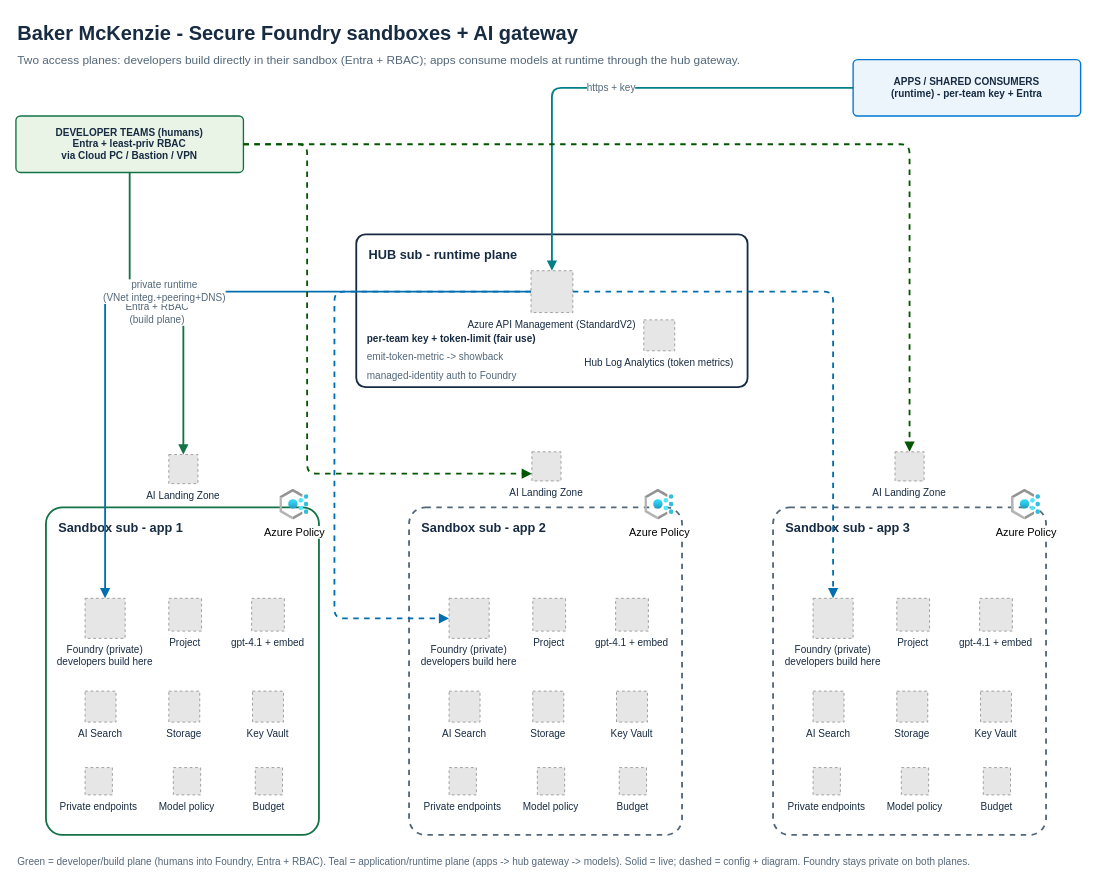
Earlier version of the draw.io diagram examples/baker-mckenzie-workshop/diagrams/hub-and-spoke-gateway.drawio (troyhite/terraform-azurerm-avm-ptn-aiml-landing-zone). Source tidied: cells renumbered, new cells numbered last; positions are measured from the earlier drawing's top-left corner, leaving out a move shared by most shapes. Both pictures are drawn from the tidied source at 91%, with x=0, y=0 at pixel (15, 15). Pictures stored in the file or linked from it are replaced by grey dashed boxes.
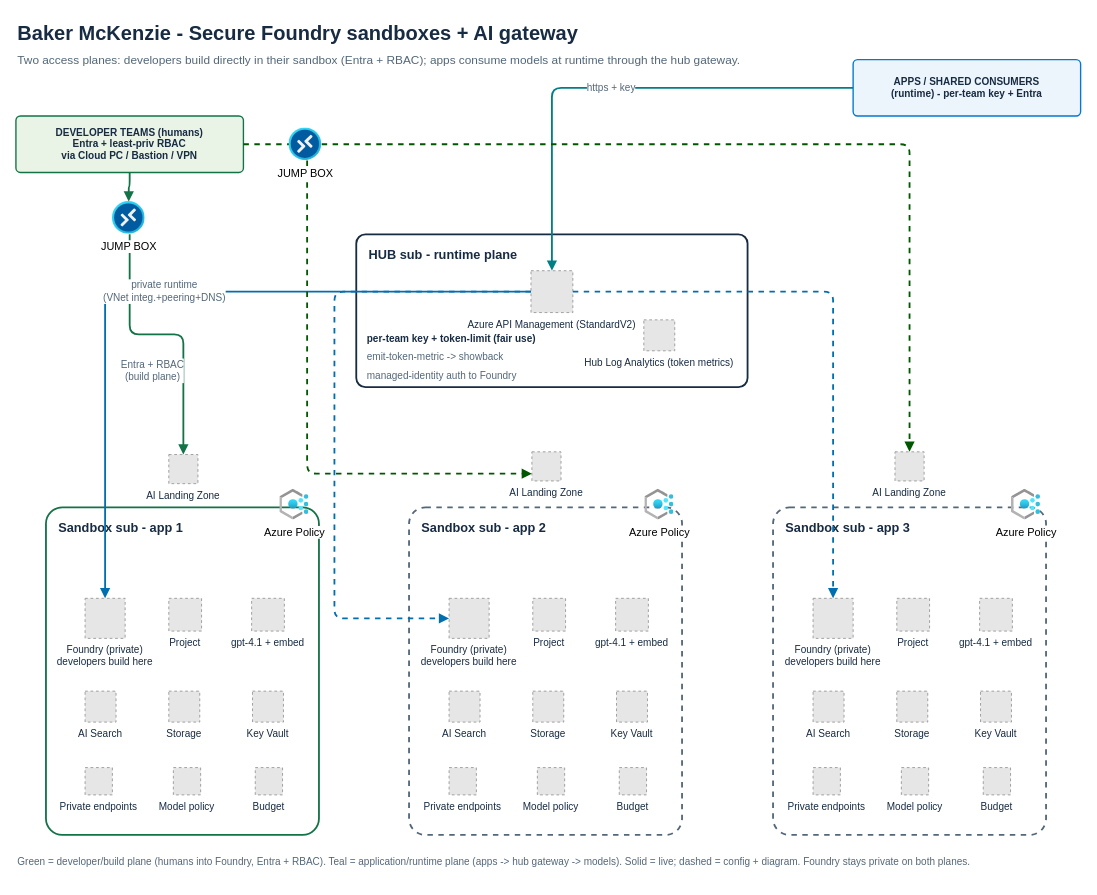
After the change.

The change refers to these unchanged cells:
```xml
<mxCell id="4" value="DEVELOPER TEAMS (humans)&#10;Entra + least-priv RBAC&#10;via Cloud PC / Bastion / VPN" style="rounded=1;whiteSpace=wrap;html=1;fillColor=#E9F3E6;strokeColor=#137347;strokeWidth=1.5;fontColor=#172B42;fontSize=11;fontStyle=1;verticalAlign=middle;arcSize=8;dashed=0;" parent="1" vertex="1">
  <mxGeometry y="110" width="250" height="62" as="geometry" />
</mxCell>
<mxCell id="14" value="AI Landing Zone" style="fillColor=#E6E6E6;strokeColor=#999999;dashed=1;verticalLabelPosition=bottom;labelBackgroundColor=none;verticalAlign=top;fontSize=11;fontColor=#172B42;" parent="1" vertex="1">
  <mxGeometry x="168" y="482" width="32" height="32" as="geometry" />
</mxCell>
<mxCell id="40" value="AI Landing Zone" style="fillColor=#E6E6E6;strokeColor=#999999;dashed=1;verticalLabelPosition=bottom;labelBackgroundColor=none;verticalAlign=top;fontSize=11;fontColor=#172B42;" parent="1" vertex="1">
  <mxGeometry x="966" y="479" width="32" height="32" as="geometry" />
</mxCell>
```

The edit, as a diff of the source:
```diff
@@
-    <mxCell id="24" value="Entra + RBAC&#10;(build plane)" style="edgeStyle=orthogonalEdgeStyle;rounded=1;html=1;endArrow=block;endFill=1;strokeColor=#137347;strokeWidth=2;fontSize=11;fontColor=#536779;labelBackgroundColor=#FFFFFF;dashed=0;entryX=0.5;entryY=0;entryDx=0;entryDy=0;" parent="1" edge="1" source="4" target="14">
-      <mxGeometry relative="1" as="geometry" />
+    <mxCell id="24" value="Entra + RBAC&#10;(build plane)" style="edgeStyle=orthogonalEdgeStyle;rounded=1;html=1;endArrow=block;endFill=1;strokeColor=#137347;strokeWidth=2;fontSize=11;fontColor=#536779;labelBackgroundColor=#FFFFFF;dashed=0;entryX=0.5;entryY=0;entryDx=0;entryDy=0;" parent="1" edge="1" source="57" target="14">
+      <mxGeometry x="0.39" y="-34" relative="1" as="geometry">
+        <Array as="points">
+          <mxPoint x="125" y="350" />
+          <mxPoint x="184" y="350" />
+        </Array>
+      </mxGeometry>
     </mxCell>
@@
-    <mxCell id="50" style="edgeStyle=orthogonalEdgeStyle;rounded=1;html=1;endArrow=block;endFill=1;strokeColor=#005700;strokeWidth=2;fontSize=11;fontColor=#536779;labelBackgroundColor=#FFFFFF;dashed=1;entryX=0.5;entryY=0;entryDx=0;entryDy=0;fillColor=#008a00;" parent="1" edge="1" source="4" target="40">
+    <mxCell id="50" style="edgeStyle=orthogonalEdgeStyle;rounded=1;html=1;endArrow=block;endFill=1;strokeColor=#005700;strokeWidth=2;fontSize=11;fontColor=#536779;labelBackgroundColor=#FFFFFF;dashed=1;entryX=0.5;entryY=0;entryDx=0;entryDy=0;fillColor=#008a00;" parent="1" edge="1" source="58" target="40">
       <mxGeometry relative="1" as="geometry" />
     </mxCell>
@@
+    <mxCell id="56" style="edgeStyle=orthogonalEdgeStyle;rounded=1;html=1;endArrow=block;endFill=1;strokeColor=#137347;strokeWidth=2;fontSize=11;fontColor=#536779;labelBackgroundColor=#FFFFFF;dashed=0;entryX=0.5;entryY=0;entryDx=0;entryDy=0;" parent="1" edge="1" source="4" target="57">
+      <mxGeometry x="0.39" y="-34" relative="1" as="geometry" />
+    </mxCell>
+    <mxCell id="57" value="JUMP BOX" style="image;html=1;points=[];align=center;fontSize=12;image=img/lib/azure2/other/Windows_Virtual_Desktop.svg;" parent="1" vertex="1">
+      <mxGeometry x="106" y="204" width="36" height="36" as="geometry" />
+    </mxCell>
+    <mxCell id="58" value="JUMP BOX" style="image;html=1;points=[];align=center;fontSize=12;image=img/lib/azure2/other/Windows_Virtual_Desktop.svg;" parent="1" vertex="1">
+      <mxGeometry x="300" y="123" width="36" height="36" as="geometry" />
+    </mxCell>
```
